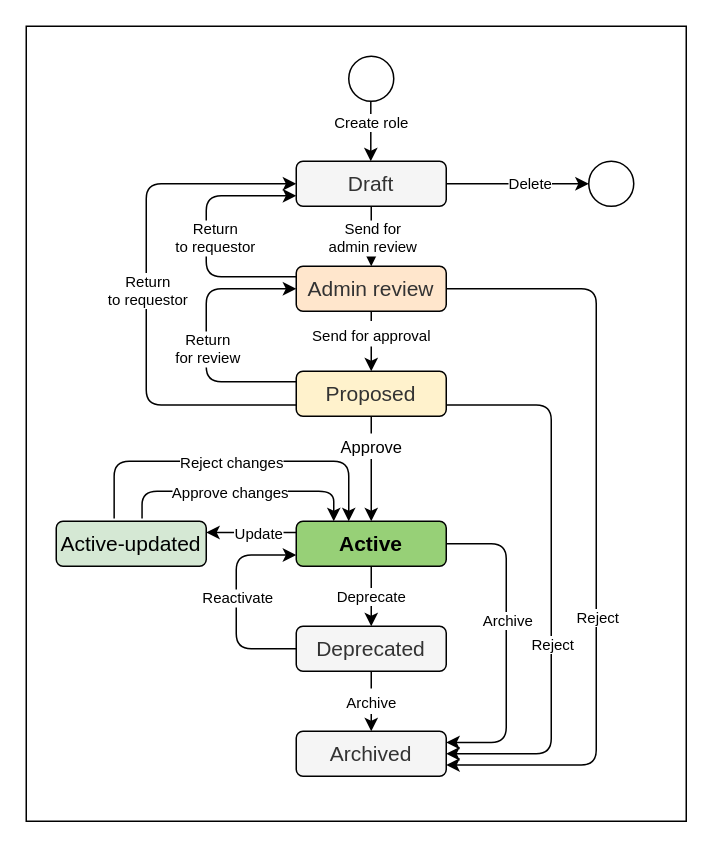
The draw.io diagram page "role-engineering" (3 of 10) of midpoint/devel/iga/iga-schemas.drawio in Evolveum/docs, before the edit. Source tidied: cells renumbered, new cells numbered last; positions are measured from the earlier drawing's top-left corner, leaving out a move shared by most shapes. Both pictures are drawn from the tidied source at 150%, with x=0, y=0 at pixel (26, 26).
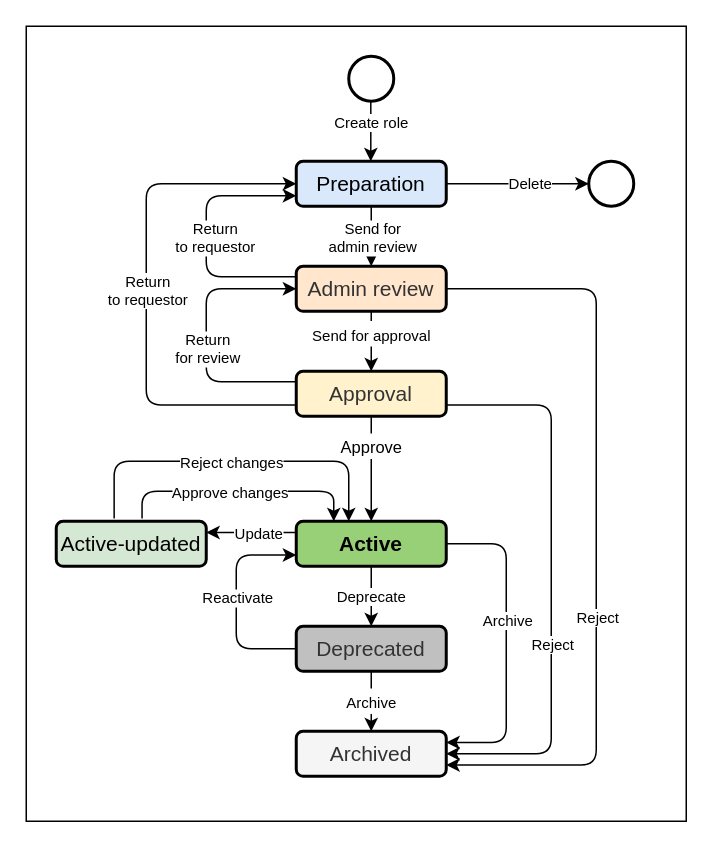
After the change.

Change to the diagram source:
```diff
@@
-    <mxCell id="3" value="Draft" style="rounded=1;whiteSpace=wrap;html=1;fontSize=14;fillColor=#f5f5f5;fontColor=#333333;strokeColor=#000000;" parent="1" vertex="1">
+    <mxCell id="3" value="Preparation" style="rounded=1;whiteSpace=wrap;html=1;fontSize=14;fillColor=#dae8fc;strokeColor=#000000;strokeWidth=2;" parent="1" vertex="1">
       <mxGeometry x="180" y="90" width="100" height="30" as="geometry" />
     </mxCell>
-    <mxCell id="4" value="Proposed" style="rounded=1;whiteSpace=wrap;html=1;fontSize=14;fillColor=#FFF2CC;fontColor=#333333;strokeColor=#000000;" parent="1" vertex="1">
+    <mxCell id="4" value="Approval" style="rounded=1;whiteSpace=wrap;html=1;fontSize=14;fillColor=#FFF2CC;fontColor=#333333;strokeColor=#000000;strokeWidth=2;" parent="1" vertex="1">
       <mxGeometry x="180" y="230" width="100" height="30" as="geometry" />
     </mxCell>
-    <mxCell id="5" value="Active" style="rounded=1;whiteSpace=wrap;html=1;fontSize=14;fontStyle=1;fillColor=#97D077;strokeColor=#000000;" parent="1" vertex="1">
+    <mxCell id="5" value="Active" style="rounded=1;whiteSpace=wrap;html=1;fontSize=14;fontStyle=1;fillColor=#97D077;strokeColor=#000000;strokeWidth=2;" parent="1" vertex="1">
       <mxGeometry x="180" y="330" width="100" height="30" as="geometry" />
     </mxCell>
-    <mxCell id="6" value="Deprecated" style="rounded=1;whiteSpace=wrap;html=1;fontSize=14;fillColor=#f5f5f5;fontColor=#333333;strokeColor=#000000;" parent="1" vertex="1">
+    <mxCell id="6" value="Deprecated" style="rounded=1;whiteSpace=wrap;html=1;fontSize=14;fillColor=#C0C0C0;fontColor=#333333;strokeColor=#000000;strokeWidth=2;" parent="1" vertex="1">
       <mxGeometry x="180" y="400" width="100" height="30" as="geometry" />
     </mxCell>
-    <mxCell id="7" value="Archived" style="rounded=1;whiteSpace=wrap;html=1;fontSize=14;fillColor=#f5f5f5;fontColor=#333333;strokeColor=#000000;" parent="1" vertex="1">
+    <mxCell id="7" value="Archived" style="rounded=1;whiteSpace=wrap;html=1;fontSize=14;fillColor=#f5f5f5;fontColor=#333333;strokeColor=#000000;strokeWidth=2;" parent="1" vertex="1">
       <mxGeometry x="180" y="470" width="100" height="30" as="geometry" />
     </mxCell>
@@
-    <mxCell id="20" value="&lt;font style=&quot;font-weight: normal ; font-size: 14px&quot;&gt;Active-updated&lt;/font&gt;" style="rounded=1;whiteSpace=wrap;html=1;fontSize=14;fontStyle=1;fillColor=#D5E8D4;strokeColor=#000000;" parent="1" vertex="1">
+    <mxCell id="20" value="&lt;font style=&quot;font-weight: normal ; font-size: 14px&quot;&gt;Active-updated&lt;/font&gt;" style="rounded=1;whiteSpace=wrap;html=1;fontSize=14;fontStyle=1;fillColor=#D5E8D4;strokeColor=#000000;strokeWidth=2;" parent="1" vertex="1">
       <mxGeometry x="20" y="330" width="100" height="30" as="geometry" />
     </mxCell>
@@
-    <mxCell id="25" value="Admin review" style="rounded=1;whiteSpace=wrap;html=1;fontSize=14;fillColor=#FFE6CC;fontColor=#333333;strokeColor=#000000;" parent="1" vertex="1">
+    <mxCell id="25" value="Admin review" style="rounded=1;whiteSpace=wrap;html=1;fontSize=14;fillColor=#FFE6CC;fontColor=#333333;strokeColor=#000000;strokeWidth=2;" parent="1" vertex="1">
       <mxGeometry x="180" y="160" width="100" height="30" as="geometry" />
     </mxCell>
@@
-    <mxCell id="30" style="ellipse;whiteSpace=wrap;html=1;fontSize=14;" parent="1" vertex="1">
+    <mxCell id="30" style="ellipse;whiteSpace=wrap;html=1;fontSize=14;strokeWidth=2;" parent="1" vertex="1">
       <mxGeometry x="215" y="20" width="30" height="30" as="geometry" />
     </mxCell>
@@
-    <mxCell id="37" style="ellipse;whiteSpace=wrap;html=1;fontSize=14;" parent="1" vertex="1">
+    <mxCell id="37" style="ellipse;whiteSpace=wrap;html=1;fontSize=14;strokeWidth=2;" parent="1" vertex="1">
       <mxGeometry x="375" y="90" width="30" height="30" as="geometry" />
     </mxCell>
```
